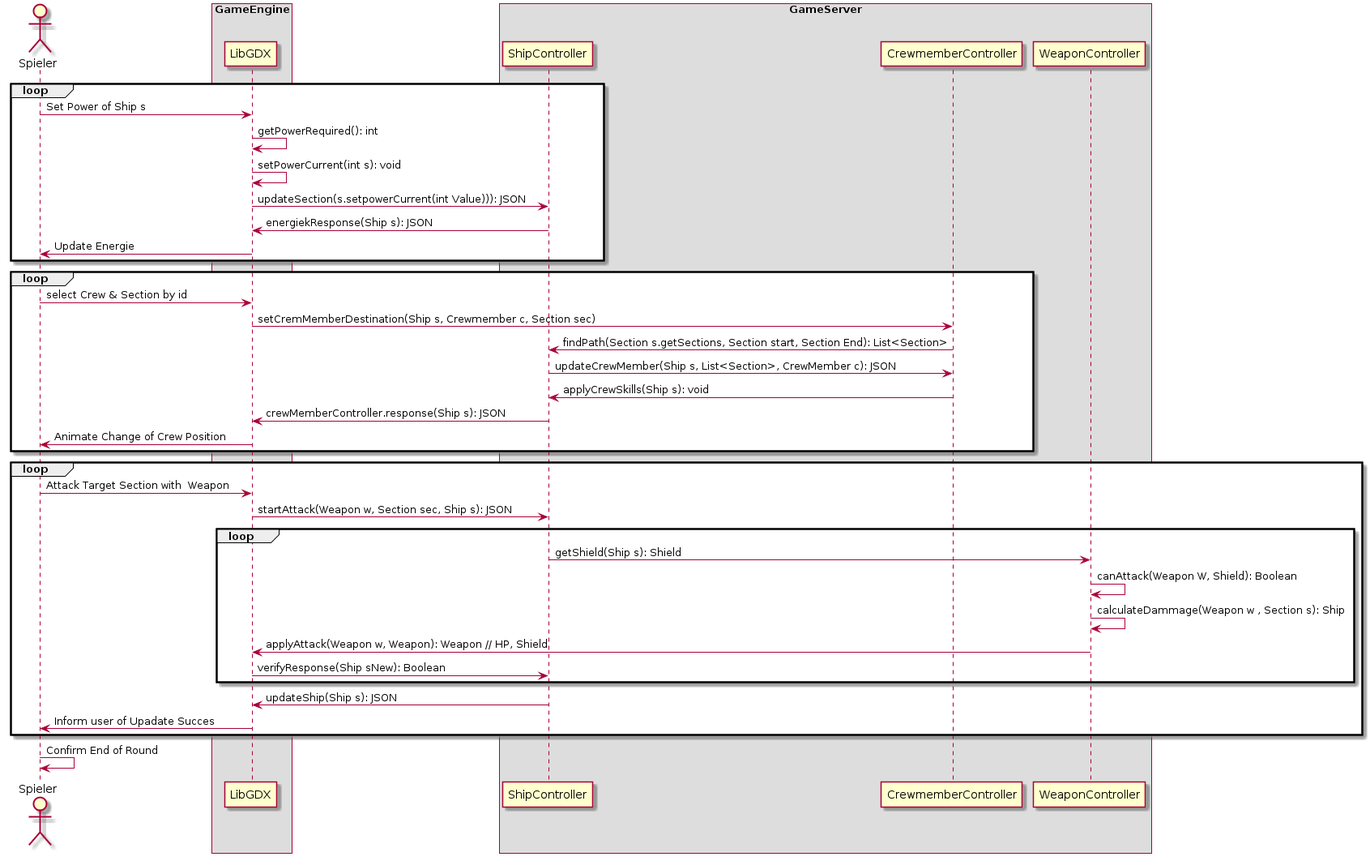
ksreyr/SpaceStudio keeps this PlantUML diagram as docs/Architekturbeschreibung/pics/kampf.png. Above is the earlier version.
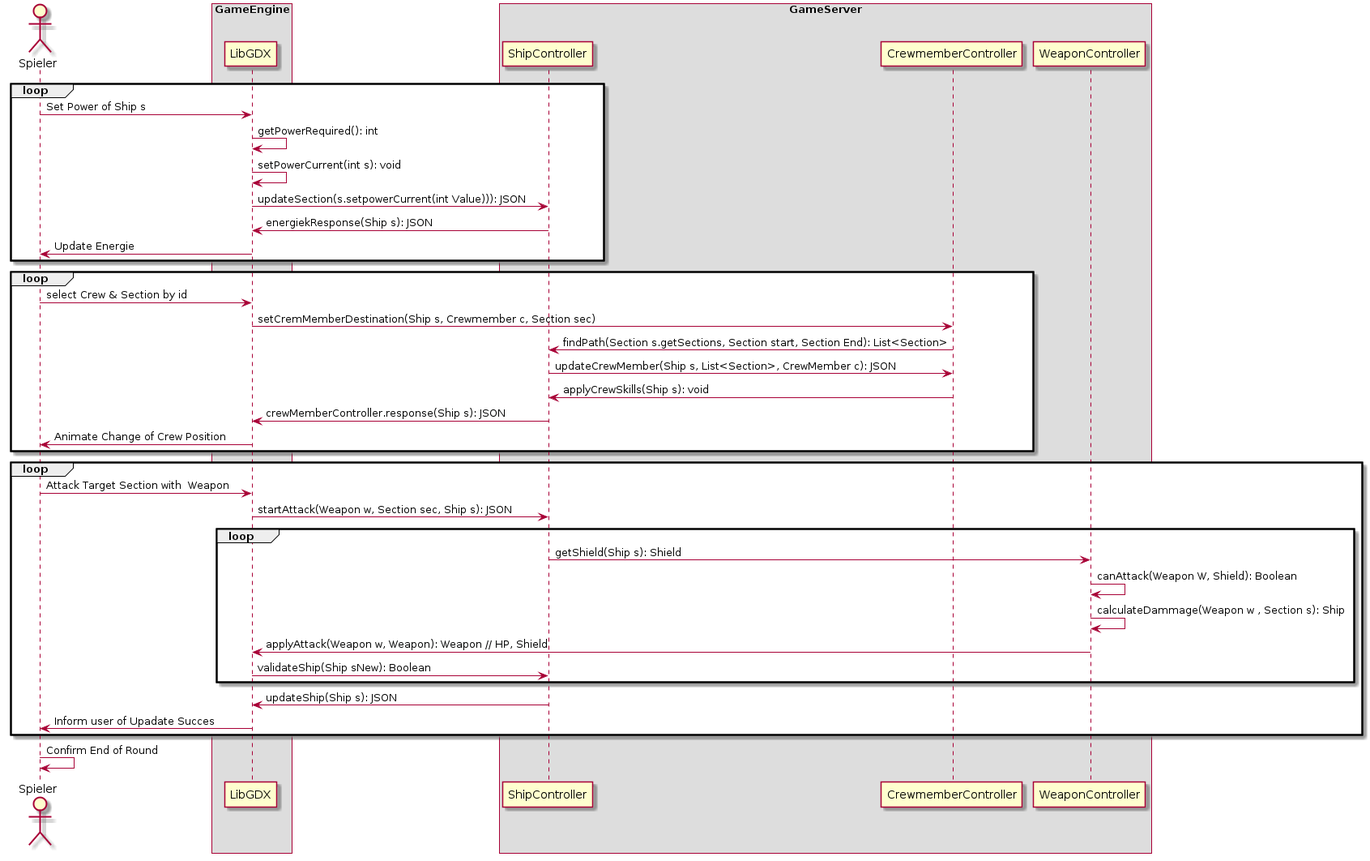
The same file after the commit.

Diff of the diagram source:
```diff
@@ -45,7 +45,7 @@
          weapon -> weapon: canAttack(Weapon W, Shield): Boolean
          weapon -> weapon: calculateDammage(Weapon w , Section s): Ship
          weapon -> client: applyAttack(Weapon w, Weapon): Weapon // HP, Shield
-         client -> ship: verifyResponse(Ship sNew): Boolean
+         client -> ship: validateShip(Ship sNew): Boolean
     end loop
     ship -> client: updateShip(Ship s): JSON
 client -> user: Inform user of Upadate Succes
```
